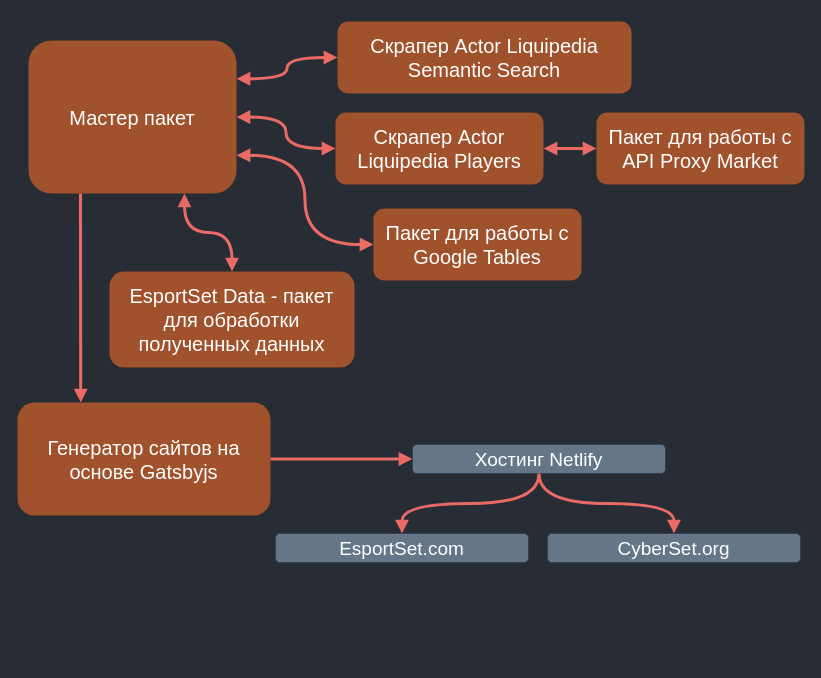
Before: page "0" (1 of 2) of websites/ru/content/posts/how-esportset-works/how-esportset-works.drawio in ganevdev/gatsby-theme-ganevru, a draw.io diagram. Source tidied: cells renumbered, new cells numbered last; positions are measured from the earlier drawing's top-left corner, leaving out a move shared by most shapes. Both pictures are drawn from the tidied source at 100%, with x=0, y=0 at pixel (17, 21).
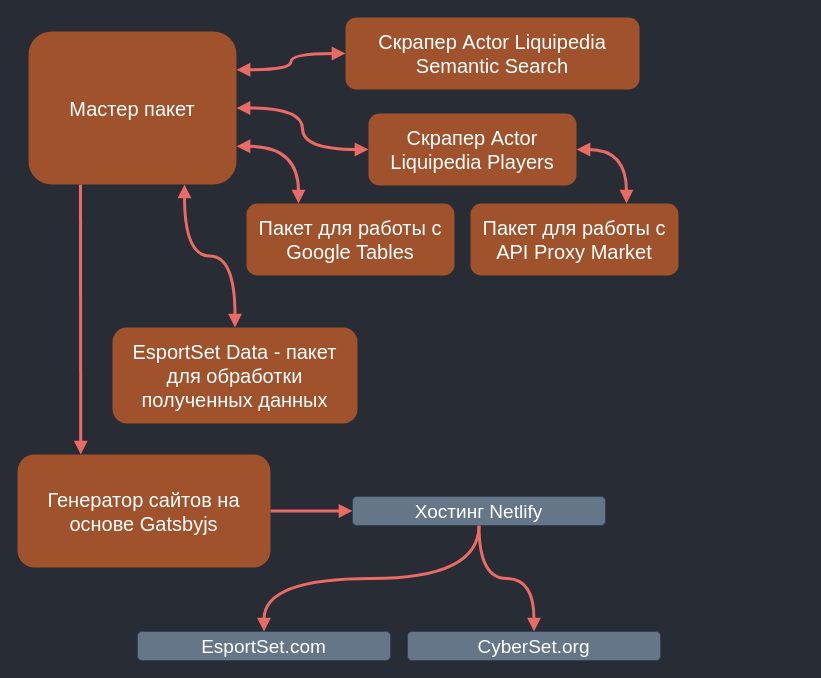
The same diagram, later.

What changed in the source:
```diff
@@
-    <mxCell id="6" style="edgeStyle=orthogonalEdgeStyle;curved=1;rounded=0;jettySize=auto;html=1;exitX=0;exitY=0.25;exitDx=0;exitDy=0;entryX=1;entryY=0.5;entryDx=0;entryDy=0;startFill=1;endArrow=block;endFill=1;strokeColor=#EA6B66;strokeWidth=3;fillColor=#a0522d;fontSize=22;fontColor=#FFFFFF;startArrow=block;" parent="1" edge="1" source="7" target="14">
+    <mxCell id="6" style="edgeStyle=orthogonalEdgeStyle;curved=1;rounded=0;jettySize=auto;html=1;exitX=0;exitY=0.25;exitDx=0;exitDy=0;entryX=0.75;entryY=1;entryDx=0;entryDy=0;startFill=1;endArrow=block;endFill=1;strokeColor=#EA6B66;strokeWidth=3;fillColor=#a0522d;fontSize=22;fontColor=#FFFFFF;startArrow=block;" parent="1" edge="1" source="7" target="14">
       <mxGeometry relative="1" as="geometry" />
     </mxCell>
     <mxCell id="7" value="&lt;p&gt;&lt;span style=&quot;white-space: normal ; font-size: 20px ; text-align: left&quot;&gt;Мастер пакет&lt;/span&gt;&lt;/p&gt;" style="rounded=1;whiteSpace=wrap;html=1;fillColor=#a0522d;strokeColor=none;fontColor=#ffffff;glass=0;flipV=1;flipH=0;direction=west;" parent="1" vertex="1">
-      <mxGeometry x="11" y="19" width="208" height="153" as="geometry" />
+      <mxGeometry x="11" y="10" width="208" height="153" as="geometry" />
     </mxCell>
@@
     <mxCell id="10" value="&lt;div style=&quot;font-size: 19px ; line-height: 29px ; white-space: pre&quot;&gt;Хостинг Netlify&lt;/div&gt;" style="rounded=1;whiteSpace=wrap;html=1;fillColor=#647687;strokeColor=#314354;fontColor=#ffffff;glass=0;flipV=1;flipH=0;direction=west;" parent="1" vertex="1">
-      <mxGeometry x="395" y="423" width="253" height="29" as="geometry" />
+      <mxGeometry x="335" y="475" width="253" height="29" as="geometry" />
     </mxCell>
     <mxCell id="11" value="&lt;div style=&quot;font-size: 19px ; line-height: 29px ; white-space: pre&quot;&gt;&lt;div style=&quot;line-height: 29px&quot;&gt;EsportSet.com&lt;/div&gt;&lt;/div&gt;" style="rounded=1;whiteSpace=wrap;html=1;fillColor=#647687;strokeColor=#314354;fontColor=#ffffff;glass=0;flipV=1;flipH=0;direction=west;" parent="1" vertex="1">
-      <mxGeometry x="258" y="512" width="253" height="29" as="geometry" />
+      <mxGeometry x="120" y="610" width="253" height="29" as="geometry" />
     </mxCell>
     <mxCell id="12" value="&lt;p&gt;&lt;span style=&quot;font-size: 20px ; text-align: left&quot;&gt;Пакет для работы с API Proxy Market&lt;/span&gt;&lt;br&gt;&lt;/p&gt;" style="rounded=1;whiteSpace=wrap;html=1;fillColor=#a0522d;strokeColor=none;fontColor=#ffffff;glass=0;flipV=1;flipH=0;direction=west;" parent="1" vertex="1">
-      <mxGeometry x="579" y="91" width="208" height="72" as="geometry" />
+      <mxGeometry x="453" y="182" width="208" height="72" as="geometry" />
     </mxCell>
     <mxCell id="13" value="&lt;p&gt;&lt;span style=&quot;font-size: 20px ; text-align: left&quot;&gt;EsportSet Data - пакет для обработки полученных данных&lt;/span&gt;&lt;br&gt;&lt;/p&gt;" style="rounded=1;whiteSpace=wrap;html=1;fillColor=#a0522d;strokeColor=none;fontColor=#ffffff;glass=0;flipV=1;flipH=0;direction=west;" parent="1" vertex="1">
-      <mxGeometry x="92" y="250" width="245" height="96" as="geometry" />
+      <mxGeometry x="95" y="306" width="245" height="96" as="geometry" />
     </mxCell>
     <mxCell id="14" value="&lt;p&gt;&lt;span style=&quot;font-size: 20px ; text-align: left&quot;&gt;Пакет для работы с Google Tables&lt;/span&gt;&lt;br&gt;&lt;/p&gt;" style="rounded=1;whiteSpace=wrap;html=1;fillColor=#a0522d;strokeColor=none;fontColor=#ffffff;glass=0;flipV=1;flipH=0;direction=west;" parent="1" vertex="1">
-      <mxGeometry x="356" y="187" width="208" height="72" as="geometry" />
+      <mxGeometry x="229" y="182" width="208" height="72" as="geometry" />
     </mxCell>
-    <mxCell id="15" style="edgeStyle=orthogonalEdgeStyle;curved=1;rounded=0;jettySize=auto;html=1;exitX=0;exitY=0.5;exitDx=0;exitDy=0;entryX=1;entryY=0.5;entryDx=0;entryDy=0;startArrow=block;startFill=1;endArrow=block;endFill=1;strokeColor=#EA6B66;strokeWidth=3;fillColor=#a0522d;fontColor=#ffffff;" parent="1" edge="1" source="16" target="12">
+    <mxCell id="15" style="edgeStyle=orthogonalEdgeStyle;curved=1;rounded=0;jettySize=auto;html=1;exitX=0;exitY=0.5;exitDx=0;exitDy=0;entryX=0.25;entryY=1;entryDx=0;entryDy=0;startArrow=block;startFill=1;endArrow=block;endFill=1;strokeColor=#EA6B66;strokeWidth=3;fillColor=#a0522d;fontColor=#ffffff;" parent="1" edge="1" source="16" target="12">
       <mxGeometry relative="1" as="geometry" />
     </mxCell>
     <mxCell id="16" value="&lt;p&gt;&lt;span style=&quot;font-size: 20px ; text-align: left&quot;&gt;Скрапер Actor Liquipedia Players&lt;/span&gt;&lt;br&gt;&lt;/p&gt;" style="rounded=1;whiteSpace=wrap;html=1;fillColor=#a0522d;strokeColor=none;fontColor=#ffffff;glass=0;flipV=1;flipH=0;direction=west;" parent="1" vertex="1">
-      <mxGeometry x="318" y="91" width="208" height="72" as="geometry" />
+      <mxGeometry x="351" y="92" width="208" height="72" as="geometry" />
     </mxCell>
     <mxCell id="17" value="&lt;p&gt;&lt;span style=&quot;font-size: 20px ; text-align: left&quot;&gt;Скрапер Actor Liquipedia Semantic Search&lt;/span&gt;&lt;br&gt;&lt;/p&gt;" style="rounded=1;whiteSpace=wrap;html=1;fillColor=#a0522d;strokeColor=none;fontColor=#ffffff;glass=0;flipV=1;flipH=0;direction=west;" parent="1" vertex="1">
-      <mxGeometry x="320" width="294" height="72" as="geometry" />
+      <mxGeometry x="328" y="-4" width="294" height="72" as="geometry" />
     </mxCell>
     <mxCell id="18" value="&lt;div style=&quot;font-size: 19px ; line-height: 29px ; white-space: pre&quot;&gt;&lt;div style=&quot;line-height: 29px&quot;&gt;CyberSet.org&lt;/div&gt;&lt;/div&gt;" style="rounded=1;whiteSpace=wrap;html=1;fillColor=#647687;strokeColor=#314354;fontColor=#ffffff;glass=0;flipV=1;flipH=0;direction=west;" parent="1" vertex="1">
-      <mxGeometry x="530" y="512" width="253" height="29" as="geometry" />
+      <mxGeometry x="390" y="610" width="253" height="29" as="geometry" />
     </mxCell>
     <mxCell id="19" value="&lt;p&gt;&lt;span style=&quot;font-size: 20px ; text-align: left&quot;&gt;Генератор сайтов на основе Gatsbyjs&lt;/span&gt;&lt;br&gt;&lt;/p&gt;" style="rounded=1;whiteSpace=wrap;html=1;fillColor=#a0522d;strokeColor=none;fontColor=#ffffff;glass=0;flipV=1;flipH=0;direction=west;" parent="1" vertex="1">
-      <mxGeometry y="381" width="253" height="113" as="geometry" />
+      <mxGeometry y="433" width="253" height="113" as="geometry" />
     </mxCell>
```
